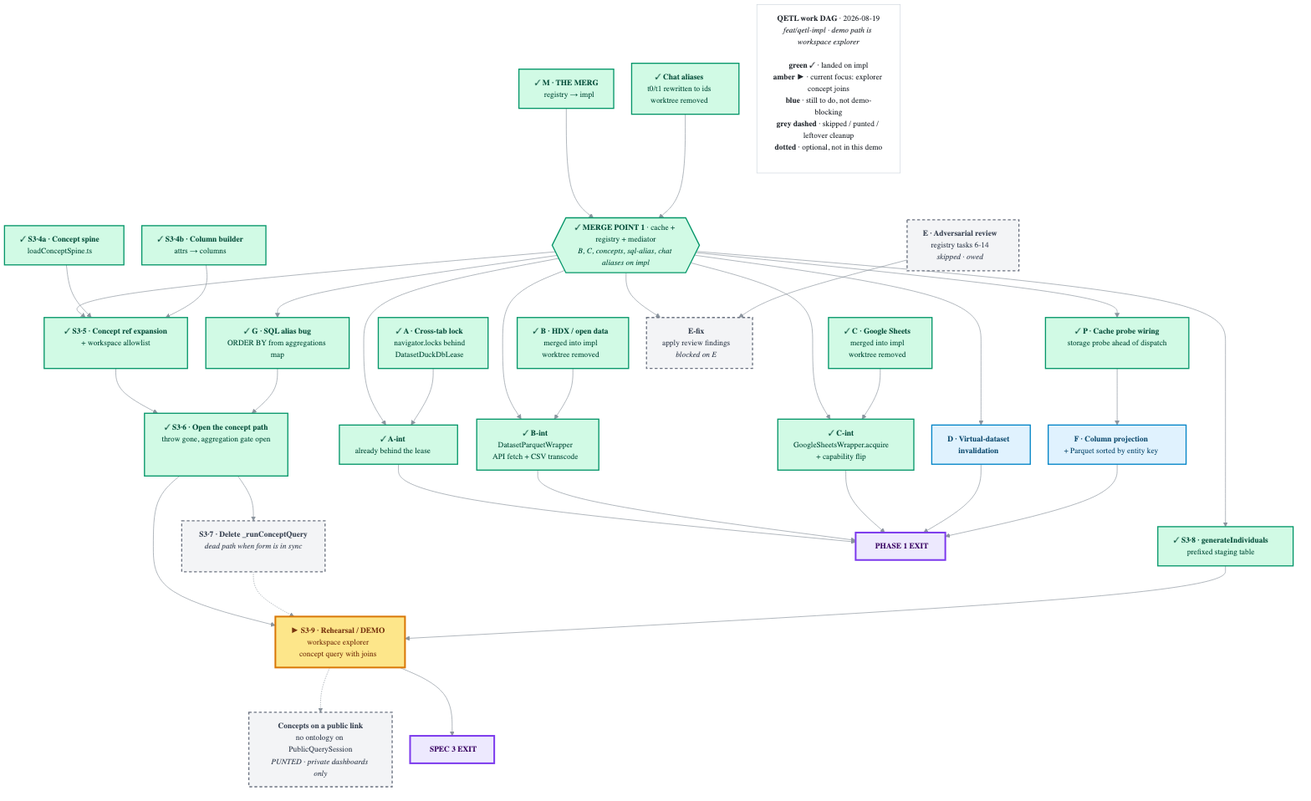
Above: qetl-dag.png in AvandarLabs/avandar (Mermaid), before the change. Its source is kept beside it as qetl-dag.mmd. Its diagram source:
```mermaid
---
config:
  theme: base
  themeVariables:
    fontFamily: "ui-sans-serif, -apple-system, Segoe UI, sans-serif"
    fontSize: 14px
    lineColor: "#8b949e"
    primaryTextColor: "#1c2128"
  flowchart:
    curve: basis
    nodeSpacing: 32
    rankSpacing: 80
    padding: 14
---
flowchart TD

  M["<b>✓ M · THE MERGE</b><br/>registry → impl"]
  A["<b>✓ A · Cross-tab lock</b><br/>navigator.locks behind<br/>DatasetDuckDbLease"]
  B["<b>✓ B · HDX / open data</b><br/>merged into impl<br/>worktree removed"]
  C["<b>✓ C · Google Sheets</b><br/>merged into impl<br/>worktree removed"]
  CHAT["<b>✓ Chat aliases</b><br/>t0/t1 rewritten to ids<br/>worktree removed"]
  E["<b>E · Adversarial review</b><br/>registry tasks 6-14<br/><i>skipped · owed</i>"]
  S4a["<b>✓ S3·4a · Concept spine</b><br/>loadConceptSpine.ts"]
  S4b["<b>✓ S3·4b · Column builder</b><br/>attrs → columns"]

  MB{{"<b>✓ MERGE POINT 1</b> · cache + registry + mediator<br/><i>B, C, concepts, sql-alias, chat aliases on impl</i>"}}

  P["<b>✓ P · Cache probe wiring</b><br/>storage probe ahead of dispatch"]
  D["<b>D · Virtual-dataset<br/>invalidation</b>"]
  G["<b>✓ G · SQL alias bug</b><br/>ORDER BY from aggregations map"]
  S5["<b>✓ S3·5 · Concept ref expansion</b><br/>+ workspace allowlist"]
  S8["<b>✓ S3·8 · generateIndividuals</b><br/>prefixed staging table"]
  EF["<b>E-fix</b><br/>apply review findings<br/><i>blocked on E</i>"]
  IA["<b>✓ A-int</b><br/>already behind the lease"]
  IB["<b>✓ B-int</b><br/>DatasetParquetWrapper<br/>API fetch + CSV transcode"]
  IC["<b>✓ C-int</b><br/>GoogleSheetsWrapper.acquire<br/>+ capability flip"]

  F["<b>F · Column projection</b><br/>+ Parquet sorted by entity key"]
  S6["<b>✓ S3·6 · Open the concept path</b><br/>throw gone, aggregation gate open"]

  S7["<b>S3·7 · Delete _runConceptQuery</b><br/><i>dead path when form is in sync</i>"]

  S9["<b>► S3·9 · Rehearsal / DEMO</b><br/>workspace explorer<br/>concept query with joins"]

  PUB["<b>Concepts on a public link</b><br/>no ontology on PublicQuerySession<br/><i>PUNTED · private dashboards only</i>"]

  X1["&nbsp;&nbsp;<b>PHASE 1 EXIT</b>&nbsp;&nbsp;"]
  X2["&nbsp;&nbsp;<b>SPEC 3 EXIT</b>&nbsp;&nbsp;"]

  M --> MB
  CHAT --> MB
  MB --> P & D & G & S5 & S8 & EF & IA & IB & IC
  A --> IA
  B --> IB
  C --> IC
  E --> EF
  S4a --> S5
  S4b --> S5

  P --> F
  S5 --> S6
  G --> S6
  S6 --> S7
  S6 --> S9
  S7 -.-> S9
  S8 --> S9
  S9 -.-> PUB

  IA & IB & IC & D & F --> X1
  S9 --> X2

  LEGEND["<b>QETL work DAG</b> · 2026-08-19<br/><i>feat/qetl-impl · demo path is workspace explorer</i><br/><br/><b>green ✓</b> · landed on impl<br/><b>amber ►</b> · current focus: explorer concept joins<br/><b>blue</b> · still to do, not demo-blocking<br/><b>grey dashed</b> · skipped / punted / leftover cleanup<br/><b>dotted</b> · optional, not in this demo"]

  classDef done fill:#d1fae5,stroke:#059669,stroke-width:2px,color:#064e3b
  classDef now fill:#fde68a,stroke:#d97706,stroke-width:3px,color:#78350f
  classDef seq fill:#e0f2fe,stroke:#0284c7,stroke-width:2px,color:#0c4a6e
  classDef owed fill:#f3f4f6,stroke:#6b7280,stroke-width:2px,stroke-dasharray: 5 4,color:#374151
  classDef exit fill:#ede9fe,stroke:#7c3aed,stroke-width:3px,color:#3b0764
  classDef lg fill:#ffffff,stroke:#d0d7de,stroke-width:1px,color:#24292f

  class M,A,B,C,CHAT,S4a,S4b,MB,P,G,S5,S8,IA,IB,IC,S6 done
  class S9 now
  class D,F seq
  class E,EF,S7,PUB owed
  class X1,X2 exit
  class LEGEND lg
```
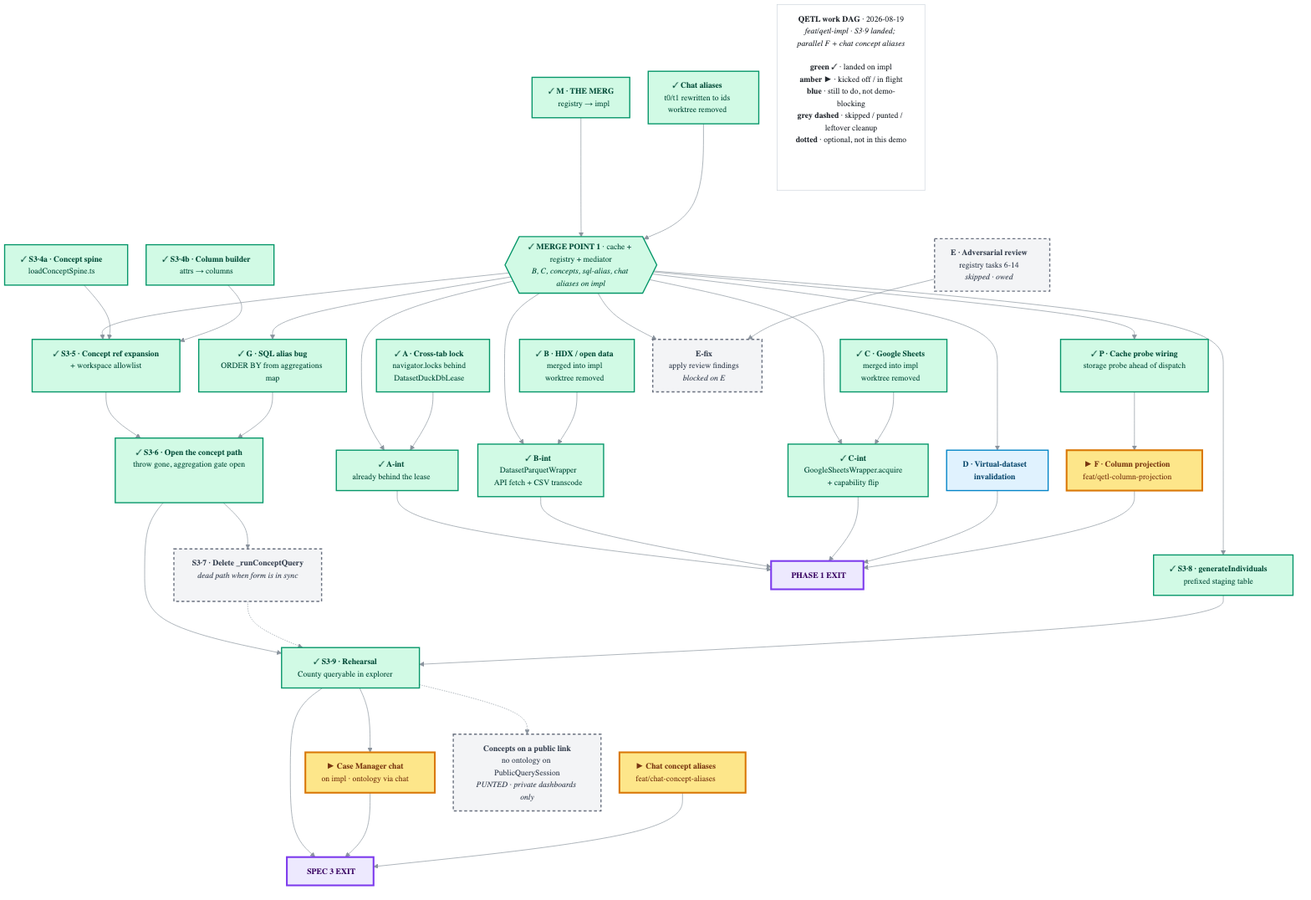
The same file after the commit.

What changed in the source:
```diff
@@ -35,12 +35,14 @@
   IB["<b>✓ B-int</b><br/>DatasetParquetWrapper<br/>API fetch + CSV transcode"]
   IC["<b>✓ C-int</b><br/>GoogleSheetsWrapper.acquire<br/>+ capability flip"]
 
-  F["<b>F · Column projection</b><br/>+ Parquet sorted by entity key"]
+  F["<b>✓ F · Column projection</b><br/>merged into impl"]
+  CALIAS["<b>✓ Chat concept aliases</b><br/>merged into impl"]
   S6["<b>✓ S3·6 · Open the concept path</b><br/>throw gone, aggregation gate open"]
 
   S7["<b>S3·7 · Delete _runConceptQuery</b><br/><i>dead path when form is in sync</i>"]
 
-  S9["<b>► S3·9 · Rehearsal / DEMO</b><br/>workspace explorer<br/>concept query with joins"]
+  S9["<b>✓ S3·9 · Rehearsal</b><br/>County queryable in explorer"]
+  CM["<b>► Case Manager chat</b><br/>on impl · ontology via chat"]
 
   PUB["<b>Concepts on a public link</b><br/>no ontology on PublicQuerySession<br/><i>PUNTED · private dashboards only</i>"]
 
@@ -65,11 +67,14 @@
   S7 -.-> S9
   S8 --> S9
   S9 -.-> PUB
+  S9 --> CM
 
   IA & IB & IC & D & F --> X1
   S9 --> X2
+  CM --> X2
+  CALIAS --> X2
 
-  LEGEND["<b>QETL work DAG</b> · 2026-08-19<br/><i>feat/qetl-impl · demo path is workspace explorer</i><br/><br/><b>green ✓</b> · landed on impl<br/><b>amber ►</b> · current focus: explorer concept joins<br/><b>blue</b> · still to do, not demo-blocking<br/><b>grey dashed</b> · skipped / punted / leftover cleanup<br/><b>dotted</b> · optional, not in this demo"]
+  LEGEND["<b>QETL work DAG</b> · 2026-08-19<br/><i>feat/qetl-impl · F and chat concept aliases merged; Case Manager chat in flight</i><br/><br/><b>green ✓</b> · landed on impl<br/><b>amber ►</b> · kicked off / in flight<br/><b>blue</b> · still to do, not demo-blocking<br/><b>grey dashed</b> · skipped / punted / leftover cleanup<br/><b>dotted</b> · optional, not in this demo"]
 
   classDef done fill:#d1fae5,stroke:#059669,stroke-width:2px,color:#064e3b
   classDef now fill:#fde68a,stroke:#d97706,stroke-width:3px,color:#78350f
@@ -78,9 +83,9 @@
   classDef exit fill:#ede9fe,stroke:#7c3aed,stroke-width:3px,color:#3b0764
   classDef lg fill:#ffffff,stroke:#d0d7de,stroke-width:1px,color:#24292f
 
-  class M,A,B,C,CHAT,S4a,S4b,MB,P,G,S5,S8,IA,IB,IC,S6 done
-  class S9 now
-  class D,F seq
+  class M,A,B,C,CHAT,S4a,S4b,MB,P,G,S5,S8,IA,IB,IC,S6,S9,F,CALIAS done
+  class CM now
+  class D seq
   class E,EF,S7,PUB owed
   class X1,X2 exit
   class LEGEND lg
```
